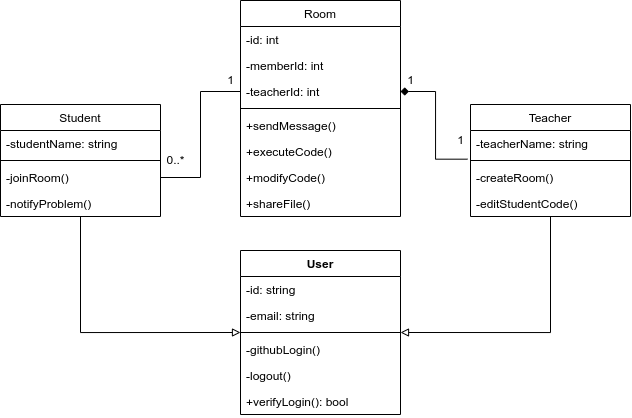
The draw.io diagram diagrams/class-diagram/teamCode-class-diagram.drawio.png in arjansunar/It-project-docs, before a commit. Source tidied: cells renumbered, new cells last; positions are measured from the earlier drawing's top-left corner, leaving out a move shared by most shapes.
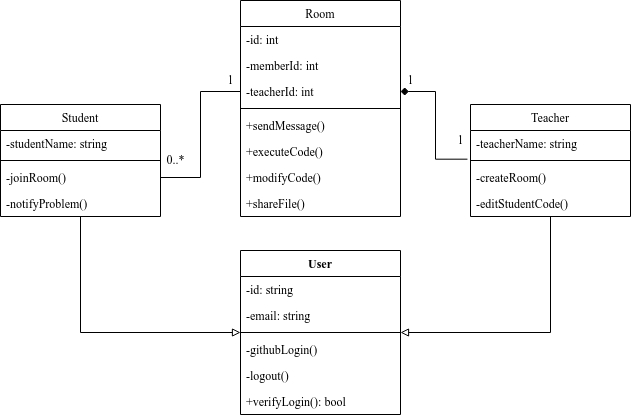
Later version of the same file.

Change to the diagram source:
```diff
@@ -2,25 +2,25 @@
   <root>
     <mxCell id="0" />
     <mxCell id="1" parent="0" />
-    <mxCell id="2" style="edgeStyle=orthogonalEdgeStyle;rounded=0;jettySize=auto;html=1;exitX=0.5;exitY=1;exitDx=0;exitDy=0;entryX=0;entryY=0.5;entryDx=0;entryDy=0;endArrow=block;endFill=0;" parent="1" edge="1" source="3" target="25">
+    <mxCell id="2" style="edgeStyle=orthogonalEdgeStyle;rounded=0;jettySize=auto;html=1;exitX=0.5;exitY=1;exitDx=0;exitDy=0;entryX=0;entryY=0.5;entryDx=0;entryDy=0;endArrow=block;endFill=0;fontFamily=Times New Roman;" parent="1" edge="1" source="3" target="25">
       <mxGeometry relative="1" as="geometry" />
     </mxCell>
-    <mxCell id="3" value="Student" style="swimlane;fontStyle=0;align=center;verticalAlign=top;horizontal=1;startSize=26;rounded=0;shadow=0;strokeWidth=1;" parent="1" vertex="1">
+    <mxCell id="3" value="Student" style="swimlane;fontStyle=0;align=center;verticalAlign=top;horizontal=1;startSize=26;rounded=0;shadow=0;strokeWidth=1;fontFamily=Times New Roman;" parent="1" vertex="1">
       <mxGeometry y="104" width="160" height="112" as="geometry" />
     </mxCell>
-    <mxCell id="4" value="-studentName: string" style="text;align=left;verticalAlign=top;spacingLeft=4;spacingRight=4;overflow=hidden;" parent="3" vertex="1">
+    <mxCell id="4" value="-studentName: string" style="text;align=left;verticalAlign=top;spacingLeft=4;spacingRight=4;overflow=hidden;fontFamily=Times New Roman;" parent="3" vertex="1">
       <mxGeometry y="26" width="160" height="26" as="geometry" />
     </mxCell>
-    <mxCell id="5" style="line;html=1;strokeWidth=1;align=left;verticalAlign=middle;spacingTop=-1;spacingLeft=3;spacingRight=3;labelPosition=right;" parent="3" vertex="1">
+    <mxCell id="5" style="line;html=1;strokeWidth=1;align=left;verticalAlign=middle;spacingTop=-1;spacingLeft=3;spacingRight=3;labelPosition=right;fontFamily=Times New Roman;" parent="3" vertex="1">
       <mxGeometry y="52" width="160" height="8" as="geometry" />
     </mxCell>
-    <mxCell id="6" value="-joinRoom()" style="text;align=left;verticalAlign=top;spacingLeft=4;spacingRight=4;overflow=hidden;points=[[0,0.5],[1,0.5]];portConstraint=eastwest;" parent="3" vertex="1">
+    <mxCell id="6" value="-joinRoom()" style="text;align=left;verticalAlign=top;spacingLeft=4;spacingRight=4;overflow=hidden;points=[[0,0.5],[1,0.5]];portConstraint=eastwest;fontFamily=Times New Roman;" parent="3" vertex="1">
       <mxGeometry y="60" width="160" height="26" as="geometry" />
     </mxCell>
-    <mxCell id="7" value="-notifyProblem()" style="text;align=left;verticalAlign=top;spacingLeft=4;spacingRight=4;overflow=hidden;" parent="3" vertex="1">
+    <mxCell id="7" value="-notifyProblem()" style="text;align=left;verticalAlign=top;spacingLeft=4;spacingRight=4;overflow=hidden;fontFamily=Times New Roman;" parent="3" vertex="1">
       <mxGeometry y="86" width="160" height="26" as="geometry" />
     </mxCell>
-    <mxCell id="8" style="edgeStyle=orthogonalEdgeStyle;rounded=0;jettySize=auto;html=1;exitX=0.5;exitY=1;exitDx=0;exitDy=0;endArrow=block;endFill=0;" parent="1" edge="1" source="9">
+    <mxCell id="8" style="edgeStyle=orthogonalEdgeStyle;rounded=0;jettySize=auto;html=1;exitX=0.5;exitY=1;exitDx=0;exitDy=0;endArrow=block;endFill=0;fontFamily=Times New Roman;" parent="1" edge="1" source="9">
       <mxGeometry relative="1" as="geometry">
         <mxPoint x="400" y="332" as="targetPoint" />
         <Array as="points">
@@ -28,85 +28,85 @@
         </Array>
       </mxGeometry>
     </mxCell>
-    <mxCell id="9" value="Teacher" style="swimlane;fontStyle=0;align=center;verticalAlign=top;horizontal=1;startSize=26;rounded=0;shadow=0;strokeWidth=1;" parent="1" vertex="1">
+    <mxCell id="9" value="Teacher" style="swimlane;fontStyle=0;align=center;verticalAlign=top;horizontal=1;startSize=26;rounded=0;shadow=0;strokeWidth=1;fontFamily=Times New Roman;" parent="1" vertex="1">
       <mxGeometry x="470" y="104" width="160" height="112" as="geometry" />
     </mxCell>
-    <mxCell id="10" value="-teacherName: string" style="text;align=left;verticalAlign=top;spacingLeft=4;spacingRight=4;overflow=hidden;points=[[0,0.5],[1,0.5]];portConstraint=eastwest;" parent="9" vertex="1">
+    <mxCell id="10" value="-teacherName: string" style="text;align=left;verticalAlign=top;spacingLeft=4;spacingRight=4;overflow=hidden;points=[[0,0.5],[1,0.5]];portConstraint=eastwest;fontFamily=Times New Roman;" parent="9" vertex="1">
       <mxGeometry y="26" width="160" height="26" as="geometry" />
     </mxCell>
-    <mxCell id="11" style="line;html=1;strokeWidth=1;align=left;verticalAlign=middle;spacingTop=-1;spacingLeft=3;spacingRight=3;labelPosition=right;" parent="9" vertex="1">
+    <mxCell id="11" style="line;html=1;strokeWidth=1;align=left;verticalAlign=middle;spacingTop=-1;spacingLeft=3;spacingRight=3;labelPosition=right;fontFamily=Times New Roman;" parent="9" vertex="1">
       <mxGeometry y="52" width="160" height="8" as="geometry" />
     </mxCell>
-    <mxCell id="12" value="-createRoom()" style="text;align=left;verticalAlign=top;spacingLeft=4;spacingRight=4;overflow=hidden;fontStyle=0;" parent="9" vertex="1">
+    <mxCell id="12" value="-createRoom()" style="text;align=left;verticalAlign=top;spacingLeft=4;spacingRight=4;overflow=hidden;fontStyle=0;fontFamily=Times New Roman;" parent="9" vertex="1">
       <mxGeometry y="60" width="160" height="26" as="geometry" />
     </mxCell>
-    <mxCell id="13" value="-editStudentCode()" style="text;align=left;verticalAlign=top;spacingLeft=4;spacingRight=4;overflow=hidden;fontStyle=0;" parent="9" vertex="1">
+    <mxCell id="13" value="-editStudentCode()" style="text;align=left;verticalAlign=top;spacingLeft=4;spacingRight=4;overflow=hidden;fontStyle=0;fontFamily=Times New Roman;" parent="9" vertex="1">
       <mxGeometry y="86" width="160" height="26" as="geometry" />
     </mxCell>
-    <mxCell id="14" value="Room" style="swimlane;fontStyle=0;align=center;verticalAlign=top;horizontal=1;startSize=26;rounded=0;shadow=0;strokeWidth=1;" parent="1" vertex="1">
+    <mxCell id="14" value="Room" style="swimlane;fontStyle=0;align=center;verticalAlign=top;horizontal=1;startSize=26;rounded=0;shadow=0;strokeWidth=1;fontFamily=Times New Roman;" parent="1" vertex="1">
       <mxGeometry x="240" width="160" height="216" as="geometry" />
     </mxCell>
-    <mxCell id="15" value="-id: int" style="text;align=left;verticalAlign=top;spacingLeft=4;spacingRight=4;overflow=hidden;" parent="14" vertex="1">
+    <mxCell id="15" value="-id: int" style="text;align=left;verticalAlign=top;spacingLeft=4;spacingRight=4;overflow=hidden;fontFamily=Times New Roman;" parent="14" vertex="1">
       <mxGeometry y="26" width="160" height="26" as="geometry" />
     </mxCell>
-    <mxCell id="16" value="-memberId: int" style="text;align=left;verticalAlign=top;spacingLeft=4;spacingRight=4;overflow=hidden;" parent="14" vertex="1">
+    <mxCell id="16" value="-memberId: int" style="text;align=left;verticalAlign=top;spacingLeft=4;spacingRight=4;overflow=hidden;fontFamily=Times New Roman;" parent="14" vertex="1">
       <mxGeometry y="52" width="160" height="26" as="geometry" />
     </mxCell>
-    <mxCell id="17" value="-teacherId: int" style="text;align=left;verticalAlign=top;spacingLeft=4;spacingRight=4;overflow=hidden;points=[[0,0.5],[1,0.5]];portConstraint=eastwest;" parent="14" vertex="1">
+    <mxCell id="17" value="-teacherId: int" style="text;align=left;verticalAlign=top;spacingLeft=4;spacingRight=4;overflow=hidden;points=[[0,0.5],[1,0.5]];portConstraint=eastwest;fontFamily=Times New Roman;" parent="14" vertex="1">
       <mxGeometry y="78" width="160" height="26" as="geometry" />
     </mxCell>
-    <mxCell id="18" style="line;html=1;strokeWidth=1;align=left;verticalAlign=middle;spacingTop=-1;spacingLeft=3;spacingRight=3;labelPosition=right;" parent="14" vertex="1">
+    <mxCell id="18" style="line;html=1;strokeWidth=1;align=left;verticalAlign=middle;spacingTop=-1;spacingLeft=3;spacingRight=3;labelPosition=right;fontFamily=Times New Roman;" parent="14" vertex="1">
       <mxGeometry y="104" width="160" height="8" as="geometry" />
     </mxCell>
-    <mxCell id="19" value="+sendMessage()" style="text;strokeColor=none;fillColor=none;align=left;verticalAlign=top;spacingLeft=4;spacingRight=4;overflow=hidden;" parent="14" vertex="1">
+    <mxCell id="19" value="+sendMessage()" style="text;strokeColor=none;fillColor=none;align=left;verticalAlign=top;spacingLeft=4;spacingRight=4;overflow=hidden;fontFamily=Times New Roman;" parent="14" vertex="1">
       <mxGeometry y="112" width="160" height="26" as="geometry" />
     </mxCell>
-    <mxCell id="20" value="+executeCode()" style="text;strokeColor=none;fillColor=none;align=left;verticalAlign=top;spacingLeft=4;spacingRight=4;overflow=hidden;" parent="14" vertex="1">
+    <mxCell id="20" value="+executeCode()" style="text;strokeColor=none;fillColor=none;align=left;verticalAlign=top;spacingLeft=4;spacingRight=4;overflow=hidden;fontFamily=Times New Roman;" parent="14" vertex="1">
       <mxGeometry y="138" width="160" height="26" as="geometry" />
     </mxCell>
-    <mxCell id="21" value="+modifyCode()" style="text;strokeColor=none;fillColor=none;align=left;verticalAlign=top;spacingLeft=4;spacingRight=4;overflow=hidden;" parent="14" vertex="1">
+    <mxCell id="21" value="+modifyCode()" style="text;strokeColor=none;fillColor=none;align=left;verticalAlign=top;spacingLeft=4;spacingRight=4;overflow=hidden;fontFamily=Times New Roman;" parent="14" vertex="1">
       <mxGeometry y="164" width="160" height="26" as="geometry" />
     </mxCell>
-    <mxCell id="22" value="+shareFile()" style="text;strokeColor=none;fillColor=none;align=left;verticalAlign=top;spacingLeft=4;spacingRight=4;overflow=hidden;" parent="14" vertex="1">
+    <mxCell id="22" value="+shareFile()" style="text;strokeColor=none;fillColor=none;align=left;verticalAlign=top;spacingLeft=4;spacingRight=4;overflow=hidden;fontFamily=Times New Roman;" parent="14" vertex="1">
       <mxGeometry y="190" width="160" height="26" as="geometry" />
     </mxCell>
-    <mxCell id="23" value="1" style="text;html=1;align=center;verticalAlign=middle;strokeColor=none;fillColor=none;" parent="1" vertex="1">
+    <mxCell id="23" value="1" style="text;html=1;align=center;verticalAlign=middle;strokeColor=none;fillColor=none;fontFamily=Times New Roman;" parent="1" vertex="1">
       <mxGeometry x="220" y="70" width="20" height="20" as="geometry" />
     </mxCell>
-    <mxCell id="24" value="0..*" style="text;html=1;align=center;verticalAlign=middle;strokeColor=none;fillColor=none;" parent="1" vertex="1">
+    <mxCell id="24" value="0..*" style="text;html=1;align=center;verticalAlign=middle;strokeColor=none;fillColor=none;fontFamily=Times New Roman;" parent="1" vertex="1">
       <mxGeometry x="160" y="150" width="30" height="20" as="geometry" />
     </mxCell>
-    <mxCell id="25" value="User" style="swimlane;fontStyle=1;align=center;verticalAlign=top;horizontal=1;startSize=26;" parent="1" vertex="1">
+    <mxCell id="25" value="User" style="swimlane;fontStyle=1;align=center;verticalAlign=top;horizontal=1;startSize=26;fontFamily=Times New Roman;" parent="1" vertex="1">
       <mxGeometry x="240" y="250" width="160" height="164" as="geometry" />
     </mxCell>
-    <mxCell id="26" value="-id: string&#10;" style="text;strokeColor=none;fillColor=none;align=left;verticalAlign=top;spacingLeft=4;spacingRight=4;overflow=hidden;" parent="25" vertex="1">
+    <mxCell id="26" value="-id: string&#10;" style="text;strokeColor=none;fillColor=none;align=left;verticalAlign=top;spacingLeft=4;spacingRight=4;overflow=hidden;fontFamily=Times New Roman;" parent="25" vertex="1">
       <mxGeometry y="26" width="160" height="26" as="geometry" />
     </mxCell>
-    <mxCell id="27" value="-email: string" style="text;align=left;verticalAlign=top;spacingLeft=4;spacingRight=4;overflow=hidden;rounded=0;shadow=0;html=0;" parent="25" vertex="1">
+    <mxCell id="27" value="-email: string" style="text;align=left;verticalAlign=top;spacingLeft=4;spacingRight=4;overflow=hidden;rounded=0;shadow=0;html=0;fontFamily=Times New Roman;" parent="25" vertex="1">
       <mxGeometry y="52" width="160" height="26" as="geometry" />
     </mxCell>
-    <mxCell id="28" style="line;strokeWidth=1;fillColor=none;align=left;verticalAlign=middle;spacingTop=-1;spacingLeft=3;spacingRight=3;labelPosition=right;" parent="25" vertex="1">
+    <mxCell id="28" style="line;strokeWidth=1;fillColor=none;align=left;verticalAlign=middle;spacingTop=-1;spacingLeft=3;spacingRight=3;labelPosition=right;fontFamily=Times New Roman;" parent="25" vertex="1">
       <mxGeometry y="78" width="160" height="8" as="geometry" />
     </mxCell>
-    <mxCell id="29" value="-githubLogin()" style="text;strokeColor=none;fillColor=none;align=left;verticalAlign=top;spacingLeft=4;spacingRight=4;overflow=hidden;" parent="25" vertex="1">
+    <mxCell id="29" value="-githubLogin()" style="text;strokeColor=none;fillColor=none;align=left;verticalAlign=top;spacingLeft=4;spacingRight=4;overflow=hidden;fontFamily=Times New Roman;" parent="25" vertex="1">
       <mxGeometry y="86" width="160" height="26" as="geometry" />
     </mxCell>
-    <mxCell id="30" value="-logout()" style="text;strokeColor=none;fillColor=none;align=left;verticalAlign=top;spacingLeft=4;spacingRight=4;overflow=hidden;" parent="25" vertex="1">
+    <mxCell id="30" value="-logout()" style="text;strokeColor=none;fillColor=none;align=left;verticalAlign=top;spacingLeft=4;spacingRight=4;overflow=hidden;fontFamily=Times New Roman;" parent="25" vertex="1">
       <mxGeometry y="112" width="160" height="26" as="geometry" />
     </mxCell>
-    <mxCell id="31" value="+verifyLogin(): bool" style="text;strokeColor=none;fillColor=none;align=left;verticalAlign=top;spacingLeft=4;spacingRight=4;overflow=hidden;" parent="25" vertex="1">
+    <mxCell id="31" value="+verifyLogin(): bool" style="text;strokeColor=none;fillColor=none;align=left;verticalAlign=top;spacingLeft=4;spacingRight=4;overflow=hidden;fontFamily=Times New Roman;" parent="25" vertex="1">
       <mxGeometry y="138" width="160" height="26" as="geometry" />
     </mxCell>
-    <mxCell id="32" style="edgeStyle=orthogonalEdgeStyle;rounded=0;jettySize=auto;html=1;exitX=0;exitY=0.5;exitDx=0;exitDy=0;entryX=1;entryY=0.5;entryDx=0;entryDy=0;endArrow=none;endFill=0;" parent="1" edge="1" source="17" target="6">
+    <mxCell id="32" style="edgeStyle=orthogonalEdgeStyle;rounded=0;jettySize=auto;html=1;exitX=0;exitY=0.5;exitDx=0;exitDy=0;entryX=1;entryY=0.5;entryDx=0;entryDy=0;endArrow=none;endFill=0;fontFamily=Times New Roman;" parent="1" edge="1" source="17" target="6">
       <mxGeometry relative="1" as="geometry" />
     </mxCell>
-    <mxCell id="33" style="edgeStyle=orthogonalEdgeStyle;rounded=0;jettySize=auto;html=1;entryX=1;entryY=0.5;entryDx=0;entryDy=0;endArrow=diamond;endFill=1;exitX=-0.019;exitY=1.103;exitDx=0;exitDy=0;exitPerimeter=0;" parent="1" edge="1" source="10" target="17">
+    <mxCell id="33" style="edgeStyle=orthogonalEdgeStyle;rounded=0;jettySize=auto;html=1;entryX=1;entryY=0.5;entryDx=0;entryDy=0;endArrow=diamond;endFill=1;exitX=-0.019;exitY=1.103;exitDx=0;exitDy=0;exitPerimeter=0;fontFamily=Times New Roman;" parent="1" edge="1" source="10" target="17">
       <mxGeometry relative="1" as="geometry" />
     </mxCell>
-    <mxCell id="34" value="1" style="text;html=1;align=center;verticalAlign=middle;strokeColor=none;fillColor=none;" parent="1" vertex="1">
+    <mxCell id="34" value="1" style="text;html=1;align=center;verticalAlign=middle;strokeColor=none;fillColor=none;fontFamily=Times New Roman;" parent="1" vertex="1">
       <mxGeometry x="400" y="70" width="20" height="20" as="geometry" />
     </mxCell>
-    <mxCell id="35" value="1" style="text;html=1;align=center;verticalAlign=middle;strokeColor=none;fillColor=none;" parent="1" vertex="1">
+    <mxCell id="35" value="1" style="text;html=1;align=center;verticalAlign=middle;strokeColor=none;fillColor=none;fontFamily=Times New Roman;" parent="1" vertex="1">
       <mxGeometry x="450" y="130" width="20" height="20" as="geometry" />
     </mxCell>
   </root>
```
